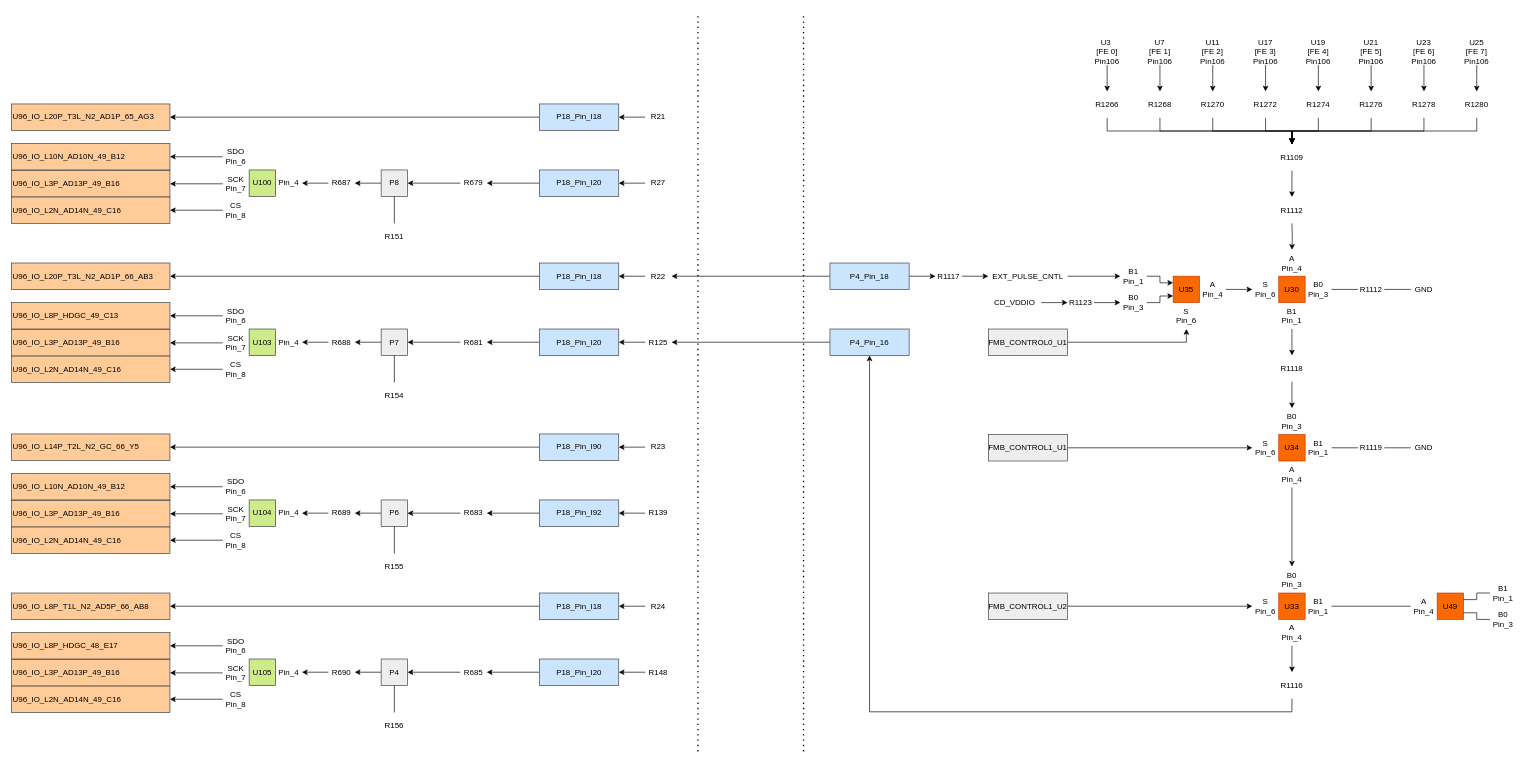
Above: AI_QC.drawio in lkebnl/Draw_IO (draw.io), before the change. Source tidied: cells renumbered, new cells numbered last; positions are measured from the earlier drawing's top-left corner, leaving out a move shared by most shapes. Both pictures are drawn from the tidied source at 66%, with x=0, y=0 at pixel (11, 12).
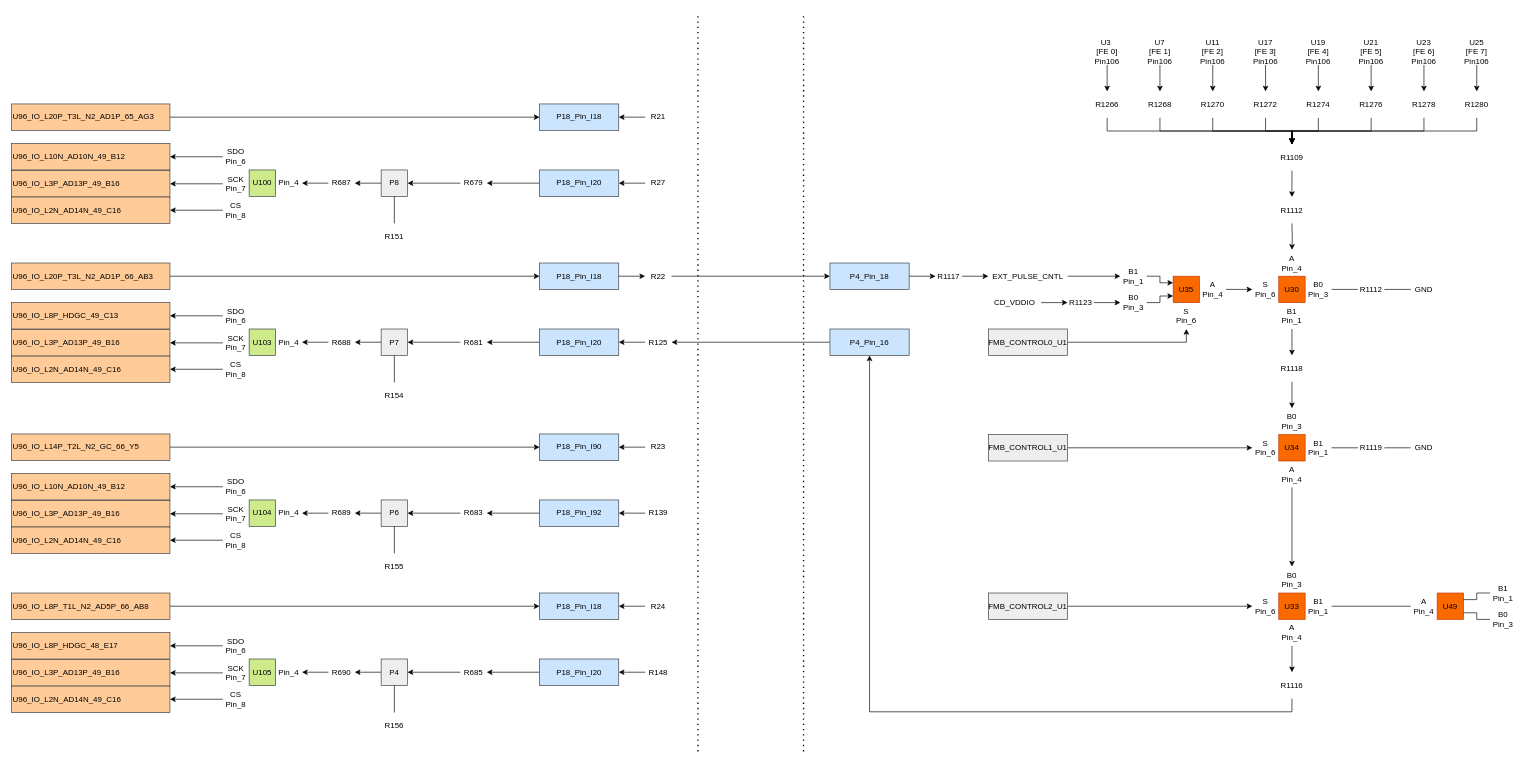
After the change.

Unchanged cells that the change refers to:
```xml
<mxCell id="101" value="P4_Pin_18" style="text;html=1;align=center;verticalAlign=middle;whiteSpace=wrap;rounded=0;fillColor=#cce5ff;strokeColor=#36393d;" parent="1" vertex="1">
  <mxGeometry x="1240" y="380" width="120" height="40" as="geometry" />
</mxCell>
<mxCell id="107" value="P18_Pin_I18" style="text;html=1;align=center;verticalAlign=middle;whiteSpace=wrap;rounded=0;fillColor=#cce5ff;strokeColor=#36393d;" parent="1" vertex="1">
  <mxGeometry x="800" y="380" width="120" height="40" as="geometry" />
</mxCell>
<mxCell id="109" value="R22" style="text;html=1;align=center;verticalAlign=middle;whiteSpace=wrap;rounded=0;" parent="1" vertex="1">
  <mxGeometry x="960" y="380" width="40" height="40" as="geometry" />
</mxCell>
<mxCell id="128" value="&lt;span class=&quot;fontstyle0&quot;&gt;U96_&lt;/span&gt;&lt;span class=&quot;fontstyle0&quot;&gt;IO_L20P_T3L_N2_AD1P_66_AB3&lt;/span&gt;" style="text;whiteSpace=wrap;html=1;align=left;verticalAlign=middle;fillColor=#ffcc99;strokeColor=#36393d;" parent="1" vertex="1">
  <mxGeometry y="380" width="240" height="40" as="geometry" />
</mxCell>
<mxCell id="135" value="P18_Pin_I90" style="text;html=1;align=center;verticalAlign=middle;whiteSpace=wrap;rounded=0;fillColor=#cce5ff;strokeColor=#36393d;" parent="1" vertex="1">
  <mxGeometry x="800" y="639" width="120" height="40" as="geometry" />
</mxCell>
<mxCell id="156" value="&lt;span class=&quot;fontstyle0&quot;&gt;U96_&lt;/span&gt;&lt;span class=&quot;fontstyle0&quot;&gt;IO_L14P_T2L_N2_GC_66_Y5&lt;/span&gt;" style="text;whiteSpace=wrap;html=1;align=left;verticalAlign=middle;fillColor=#ffcc99;strokeColor=#36393d;" parent="1" vertex="1">
  <mxGeometry y="639" width="240" height="40" as="geometry" />
</mxCell>
<mxCell id="163" value="P18_Pin_I18" style="text;html=1;align=center;verticalAlign=middle;whiteSpace=wrap;rounded=0;fillColor=#cce5ff;strokeColor=#36393d;" parent="1" vertex="1">
  <mxGeometry x="800" y="880" width="120" height="40" as="geometry" />
</mxCell>
<mxCell id="184" value="&lt;span class=&quot;fontstyle0&quot;&gt;U96_&lt;/span&gt;&lt;span class=&quot;fontstyle0&quot;&gt;IO_L8P_T1L_N2_AD5P_66_AB8&lt;/span&gt;" style="text;whiteSpace=wrap;html=1;align=left;verticalAlign=middle;fillColor=#ffcc99;strokeColor=#36393d;" parent="1" vertex="1">
  <mxGeometry y="880" width="240" height="40" as="geometry" />
</mxCell>
<mxCell id="191" value="P18_Pin_I18" style="text;html=1;align=center;verticalAlign=middle;whiteSpace=wrap;rounded=0;fillColor=#cce5ff;strokeColor=#36393d;" parent="1" vertex="1">
  <mxGeometry x="800" y="139" width="120" height="40" as="geometry" />
</mxCell>
<mxCell id="212" value="&lt;span class=&quot;fontstyle0&quot;&gt;U96_IO_L20P_T3L_N2_AD1P_65_AG3&lt;/span&gt;" style="text;whiteSpace=wrap;html=1;align=left;verticalAlign=middle;fillColor=#ffcc99;strokeColor=#36393d;" parent="1" vertex="1">
  <mxGeometry y="139" width="240" height="40" as="geometry" />
</mxCell>
```

The edit, as a diff of the source:
```diff
@@
-    <mxCell id="85" value="FMB_CONTROL1_U2" style="text;html=1;align=center;verticalAlign=middle;whiteSpace=wrap;rounded=0;fillColor=#eeeeee;strokeColor=#36393d;" parent="1" vertex="1">
+    <mxCell id="85" value="FMB_CONTROL2_U1" style="text;html=1;align=center;verticalAlign=middle;whiteSpace=wrap;rounded=0;fillColor=#eeeeee;strokeColor=#36393d;" parent="1" vertex="1">
       <mxGeometry x="1480" y="880" width="120" height="40" as="geometry" />
     </mxCell>
@@
-    <mxCell id="100" style="edgeStyle=orthogonalEdgeStyle;rounded=0;jettySize=auto;html=1;exitX=0;exitY=0.5;exitDx=0;exitDy=0;entryX=1;entryY=0.5;entryDx=0;entryDy=0;" parent="1" edge="1" source="101" target="109">
+    <mxCell id="100" style="edgeStyle=orthogonalEdgeStyle;rounded=0;jettySize=auto;html=1;exitX=0;exitY=0.5;exitDx=0;exitDy=0;entryX=1;entryY=0.5;entryDx=0;entryDy=0;endArrow=none;endFill=0;startArrow=classic;startFill=1;" parent="1" edge="1" source="101" target="109">
       <mxGeometry relative="1" as="geometry" />
     </mxCell>
@@
-    <mxCell id="106" style="edgeStyle=orthogonalEdgeStyle;rounded=0;jettySize=auto;html=1;exitX=0;exitY=0.5;exitDx=0;exitDy=0;" parent="1" edge="1" source="107" target="128">
+    <mxCell id="106" style="edgeStyle=orthogonalEdgeStyle;rounded=0;jettySize=auto;html=1;exitX=0;exitY=0.5;exitDx=0;exitDy=0;endArrow=none;endFill=0;startArrow=classic;startFill=1;" parent="1" edge="1" source="107" target="128">
       <mxGeometry relative="1" as="geometry" />
     </mxCell>
@@
-    <mxCell id="108" style="edgeStyle=orthogonalEdgeStyle;rounded=0;jettySize=auto;html=1;exitX=0;exitY=0.5;exitDx=0;exitDy=0;entryX=1;entryY=0.5;entryDx=0;entryDy=0;" parent="1" edge="1" source="109" target="107">
+    <mxCell id="108" style="edgeStyle=orthogonalEdgeStyle;rounded=0;jettySize=auto;html=1;exitX=0;exitY=0.5;exitDx=0;exitDy=0;entryX=1;entryY=0.5;entryDx=0;entryDy=0;endArrow=none;endFill=0;startArrow=classic;startFill=1;" parent="1" edge="1" source="109" target="107">
       <mxGeometry relative="1" as="geometry" />
     </mxCell>
@@
-    <mxCell id="134" style="edgeStyle=orthogonalEdgeStyle;rounded=0;jettySize=auto;html=1;exitX=0;exitY=0.5;exitDx=0;exitDy=0;" parent="1" edge="1" source="135" target="156">
+    <mxCell id="134" style="edgeStyle=orthogonalEdgeStyle;rounded=0;jettySize=auto;html=1;exitX=0;exitY=0.5;exitDx=0;exitDy=0;endArrow=none;endFill=0;startArrow=classic;startFill=1;" parent="1" edge="1" source="135" target="156">
       <mxGeometry relative="1" as="geometry" />
     </mxCell>
@@
-    <mxCell id="162" style="edgeStyle=orthogonalEdgeStyle;rounded=0;jettySize=auto;html=1;exitX=0;exitY=0.5;exitDx=0;exitDy=0;" parent="1" edge="1" source="163" target="184">
+    <mxCell id="162" style="edgeStyle=orthogonalEdgeStyle;rounded=0;jettySize=auto;html=1;exitX=0;exitY=0.5;exitDx=0;exitDy=0;endArrow=none;endFill=0;startArrow=classic;startFill=1;" parent="1" edge="1" source="163" target="184">
       <mxGeometry relative="1" as="geometry" />
     </mxCell>
@@
-    <mxCell id="190" style="edgeStyle=orthogonalEdgeStyle;rounded=0;jettySize=auto;html=1;exitX=0;exitY=0.5;exitDx=0;exitDy=0;" parent="1" edge="1" source="191" target="212">
+    <mxCell id="190" style="edgeStyle=orthogonalEdgeStyle;rounded=0;jettySize=auto;html=1;exitX=0;exitY=0.5;exitDx=0;exitDy=0;endArrow=none;endFill=0;startArrow=classic;startFill=1;" parent="1" edge="1" source="191" target="212">
       <mxGeometry relative="1" as="geometry" />
     </mxCell>
```
